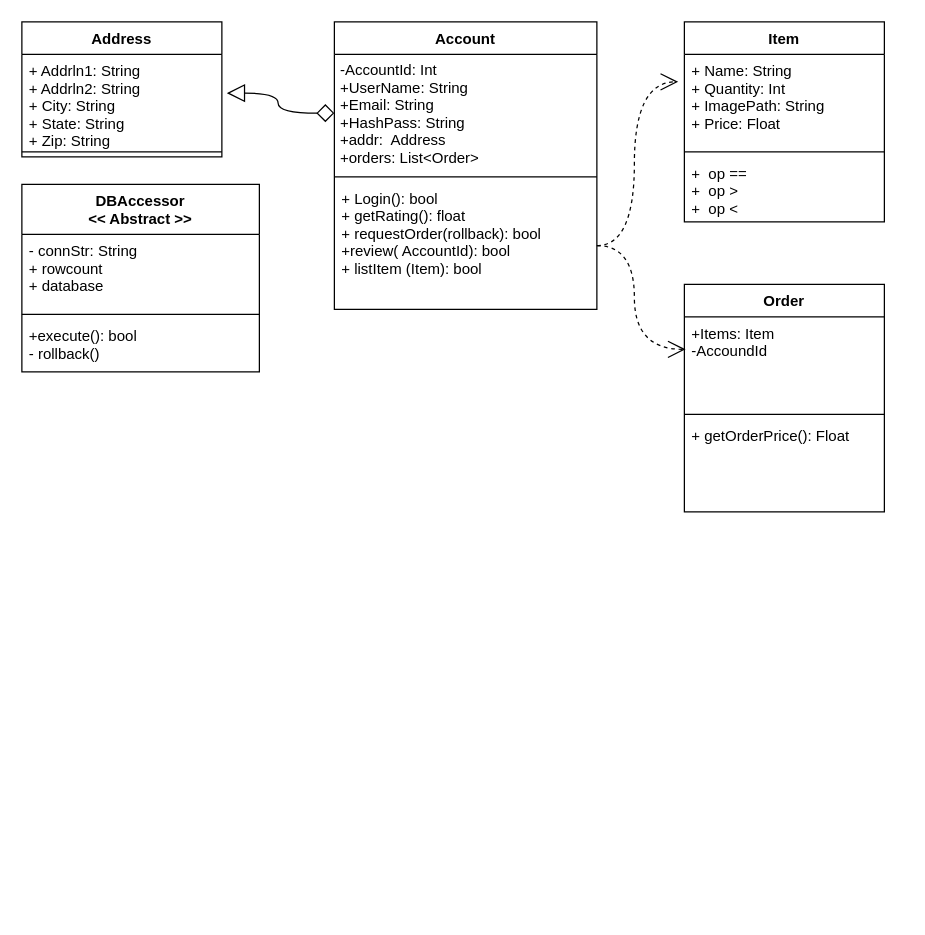
Earlier version of the draw.io diagram NaybrrUML.drawio (jcorm714/Naybrr). Source tidied: cells renumbered, new cells numbered last; positions are measured from the earlier drawing's top-left corner, leaving out a move shared by most shapes. Both pictures are drawn from the tidied source at 125%, with x=0, y=0 at pixel (21, 21).
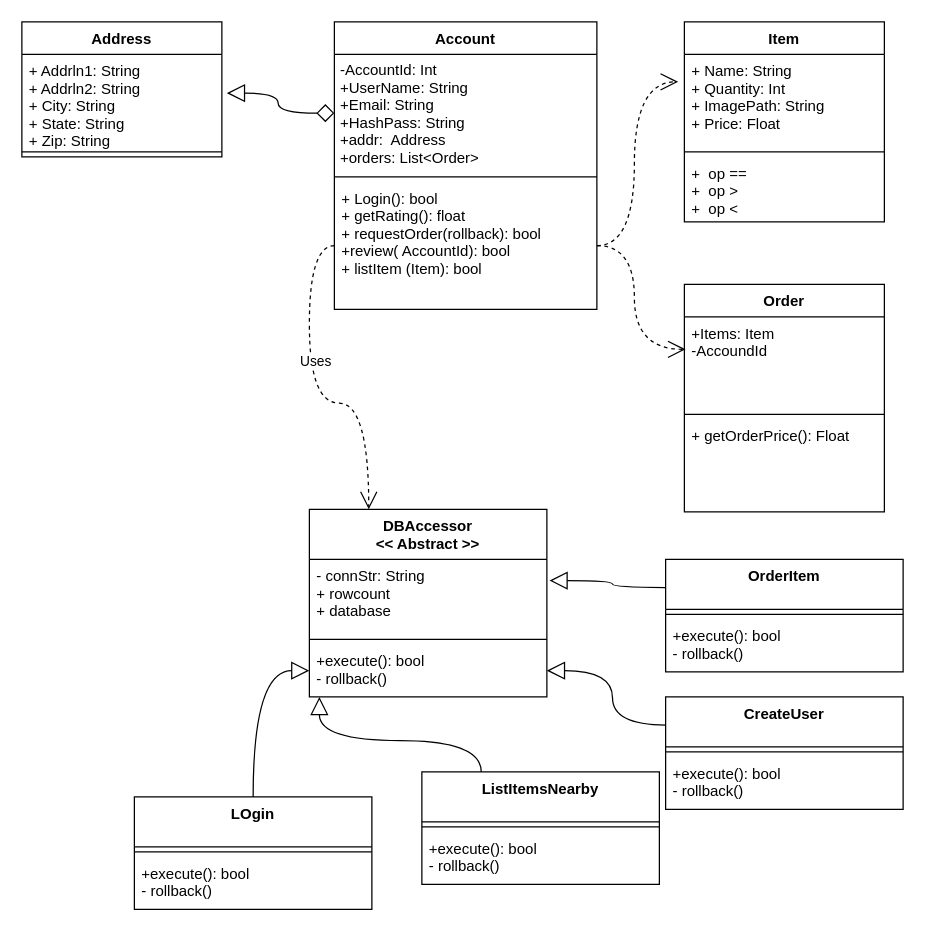
Above is the later version.

Unchanged cells that the change refers to:
```xml
<mxCell id="5" value="+ Login(): bool&#10;+ getRating(): float&#10;+ requestOrder(rollback): bool&#10;+review( AccountId): bool&#10;+ listItem (Item): bool&#10;" style="text;strokeColor=none;fillColor=none;align=left;verticalAlign=top;spacingLeft=4;spacingRight=4;overflow=hidden;points=[[0,0.5],[1,0.5]];portConstraint=eastwest;" parent="2" vertex="1">
  <mxGeometry y="128" width="210" height="102" as="geometry" />
</mxCell>
<mxCell id="21" value="- connStr: String&#10;+ rowcount&#10;+ database &#10;&#10;&#10;&#10;" style="text;strokeColor=none;fillColor=none;align=left;verticalAlign=top;spacingLeft=4;spacingRight=4;overflow=hidden;points=[[0,0.5],[1,0.5]];portConstraint=eastwest;" parent="20" vertex="1">
  <mxGeometry y="40" width="190" height="60" as="geometry" />
</mxCell>
<mxCell id="23" value="+execute(): bool&#10;- rollback() &#10;" style="text;strokeColor=none;fillColor=none;align=left;verticalAlign=top;spacingLeft=4;spacingRight=4;overflow=hidden;points=[[0,0.5],[1,0.5]];portConstraint=eastwest;" parent="20" vertex="1">
  <mxGeometry y="108" width="190" height="42" as="geometry" />
</mxCell>
```

The edit, as a diff of the source:
```diff
@@
+    <mxCell id="24" style="edgeStyle=orthogonalEdgeStyle;curved=1;rounded=0;jettySize=auto;html=1;exitX=0.5;exitY=0;exitDx=0;exitDy=0;entryX=0;entryY=0.5;entryDx=0;entryDy=0;startArrow=none;startFill=0;startSize=12;endArrow=block;endFill=0;endSize=12;" parent="1" edge="1" source="29" target="23">
+      <mxGeometry relative="1" as="geometry" />
+    </mxCell>
+    <mxCell id="25" style="edgeStyle=orthogonalEdgeStyle;curved=1;rounded=0;jettySize=auto;html=1;exitX=0.25;exitY=0;exitDx=0;exitDy=0;entryX=0.042;entryY=1;entryDx=0;entryDy=0;entryPerimeter=0;startArrow=none;startFill=0;startSize=12;endArrow=block;endFill=0;endSize=12;" parent="1" edge="1" source="26" target="23">
+      <mxGeometry relative="1" as="geometry" />
+    </mxCell>
+    <mxCell id="26" value="ListItemsNearby" style="swimlane;fontStyle=1;align=center;verticalAlign=top;horizontal=1;startSize=40;" parent="1" vertex="1">
+      <mxGeometry x="320" y="600" width="190" height="90" as="geometry" />
+    </mxCell>
+    <mxCell id="27" style="line;strokeWidth=1;fillColor=none;align=left;verticalAlign=middle;spacingTop=-1;spacingLeft=3;spacingRight=3;labelPosition=right;" parent="26" vertex="1">
+      <mxGeometry y="40" width="190" height="8" as="geometry" />
+    </mxCell>
+    <mxCell id="28" value="+execute(): bool&#10;- rollback() &#10;" style="text;strokeColor=none;fillColor=none;align=left;verticalAlign=top;spacingLeft=4;spacingRight=4;overflow=hidden;" parent="26" vertex="1">
+      <mxGeometry y="48" width="190" height="42" as="geometry" />
+    </mxCell>
     <mxCell id="20" value="DBAccessor&#10;&lt;&lt; Abstract &gt;&gt;&#10;" style="swimlane;fontStyle=1;align=center;verticalAlign=top;horizontal=1;startSize=40;" parent="1" vertex="1">
-      <mxGeometry y="130" width="190" height="150" as="geometry" />
+      <mxGeometry x="230" y="390" width="190" height="150" as="geometry" />
     </mxCell>
@@
+    <mxCell id="29" value="LOgin" style="swimlane;fontStyle=1;align=center;verticalAlign=top;horizontal=1;startSize=40;" parent="1" vertex="1">
+      <mxGeometry x="90" y="620" width="190" height="90" as="geometry" />
+    </mxCell>
+    <mxCell id="30" style="line;strokeWidth=1;fillColor=none;align=left;verticalAlign=middle;spacingTop=-1;spacingLeft=3;spacingRight=3;labelPosition=right;" parent="29" vertex="1">
+      <mxGeometry y="40" width="190" height="8" as="geometry" />
+    </mxCell>
+    <mxCell id="31" value="+execute(): bool&#10;- rollback() &#10;" style="text;strokeColor=none;fillColor=none;align=left;verticalAlign=top;spacingLeft=4;spacingRight=4;overflow=hidden;" parent="29" vertex="1">
+      <mxGeometry y="48" width="190" height="42" as="geometry" />
+    </mxCell>
+    <mxCell id="32" style="edgeStyle=orthogonalEdgeStyle;curved=1;rounded=0;jettySize=auto;html=1;exitX=0;exitY=0.25;exitDx=0;exitDy=0;startArrow=none;startFill=0;startSize=12;endArrow=block;endFill=0;endSize=12;" parent="1" edge="1" source="33" target="23">
+      <mxGeometry relative="1" as="geometry" />
+    </mxCell>
+    <mxCell id="33" value="CreateUser" style="swimlane;fontStyle=1;align=center;verticalAlign=top;horizontal=1;startSize=40;" parent="1" vertex="1">
+      <mxGeometry x="515" y="540" width="190" height="90" as="geometry" />
+    </mxCell>
+    <mxCell id="34" style="line;strokeWidth=1;fillColor=none;align=left;verticalAlign=middle;spacingTop=-1;spacingLeft=3;spacingRight=3;labelPosition=right;" parent="33" vertex="1">
+      <mxGeometry y="40" width="190" height="8" as="geometry" />
+    </mxCell>
+    <mxCell id="35" value="+execute(): bool&#10;- rollback() &#10;" style="text;strokeColor=none;fillColor=none;align=left;verticalAlign=top;spacingLeft=4;spacingRight=4;overflow=hidden;" parent="33" vertex="1">
+      <mxGeometry y="48" width="190" height="42" as="geometry" />
+    </mxCell>
+    <mxCell id="36" style="edgeStyle=orthogonalEdgeStyle;curved=1;rounded=0;jettySize=auto;html=1;exitX=0;exitY=0.5;exitDx=0;exitDy=0;entryX=0.25;entryY=0;entryDx=0;entryDy=0;startArrow=none;startFill=0;startSize=12;endArrow=open;endFill=0;endSize=12;dashed=1;" parent="1" edge="1" source="5" target="20">
+      <mxGeometry relative="1" as="geometry" />
+    </mxCell>
+    <mxCell id="37" value="Uses" style="edgeLabel;html=1;align=center;verticalAlign=middle;" parent="36" vertex="1">
+      <mxGeometry x="-0.27" y="4" relative="1" as="geometry">
+        <mxPoint y="10" as="offset" />
+      </mxGeometry>
+    </mxCell>
+    <mxCell id="38" style="edgeStyle=orthogonalEdgeStyle;curved=1;rounded=0;jettySize=auto;html=1;exitX=0;exitY=0.25;exitDx=0;exitDy=0;entryX=1.011;entryY=0.283;entryDx=0;entryDy=0;entryPerimeter=0;startArrow=none;startFill=0;startSize=12;endArrow=block;endFill=0;endSize=12;" parent="1" edge="1" source="39" target="21">
+      <mxGeometry relative="1" as="geometry" />
+    </mxCell>
+    <mxCell id="39" value="OrderItem" style="swimlane;fontStyle=1;align=center;verticalAlign=top;horizontal=1;startSize=40;" parent="1" vertex="1">
+      <mxGeometry x="515" y="430" width="190" height="90" as="geometry" />
+    </mxCell>
+    <mxCell id="40" style="line;strokeWidth=1;fillColor=none;align=left;verticalAlign=middle;spacingTop=-1;spacingLeft=3;spacingRight=3;labelPosition=right;" parent="39" vertex="1">
+      <mxGeometry y="40" width="190" height="8" as="geometry" />
+    </mxCell>
+    <mxCell id="41" value="+execute(): bool&#10;- rollback() &#10;" style="text;strokeColor=none;fillColor=none;align=left;verticalAlign=top;spacingLeft=4;spacingRight=4;overflow=hidden;" parent="39" vertex="1">
+      <mxGeometry y="48" width="190" height="42" as="geometry" />
+    </mxCell>
```
